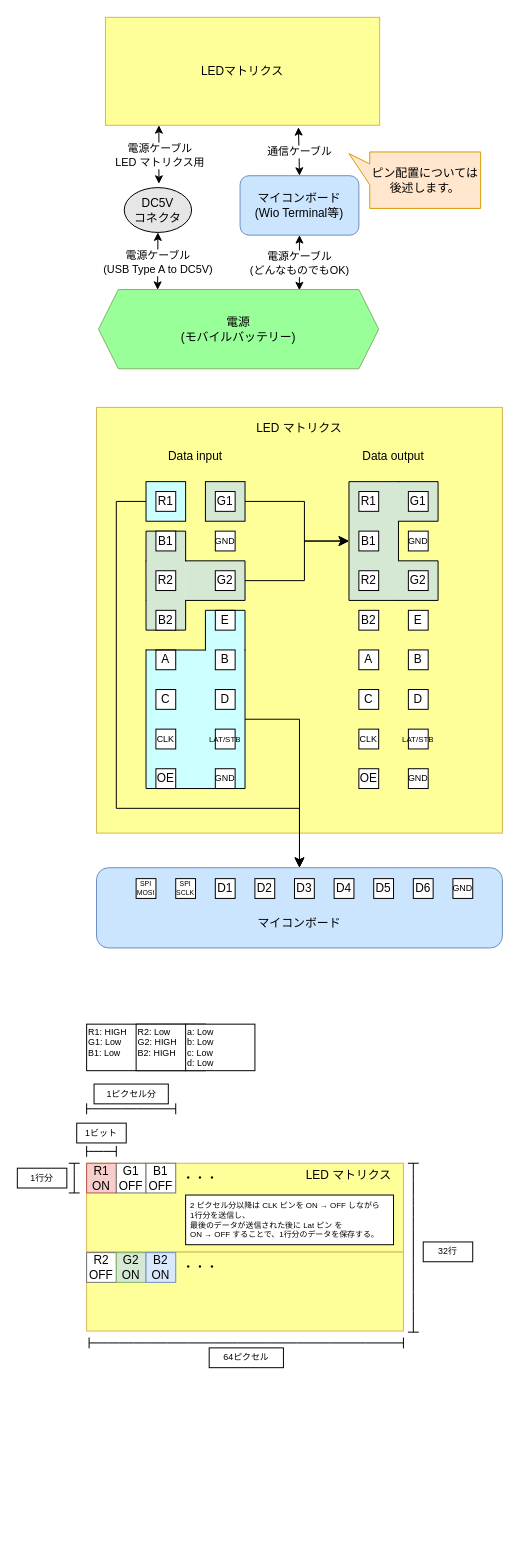
Earlier version of the draw.io diagram 名称未設定ファイル.drawio (ehime-iyokan/DrawIO). Source tidied: cells renumbered, new cells numbered last; positions are measured from the earlier drawing's top-left corner, leaving out a move shared by most shapes. Both pictures are drawn from the tidied source at 99%, with x=0, y=0 at pixel (17, 17).
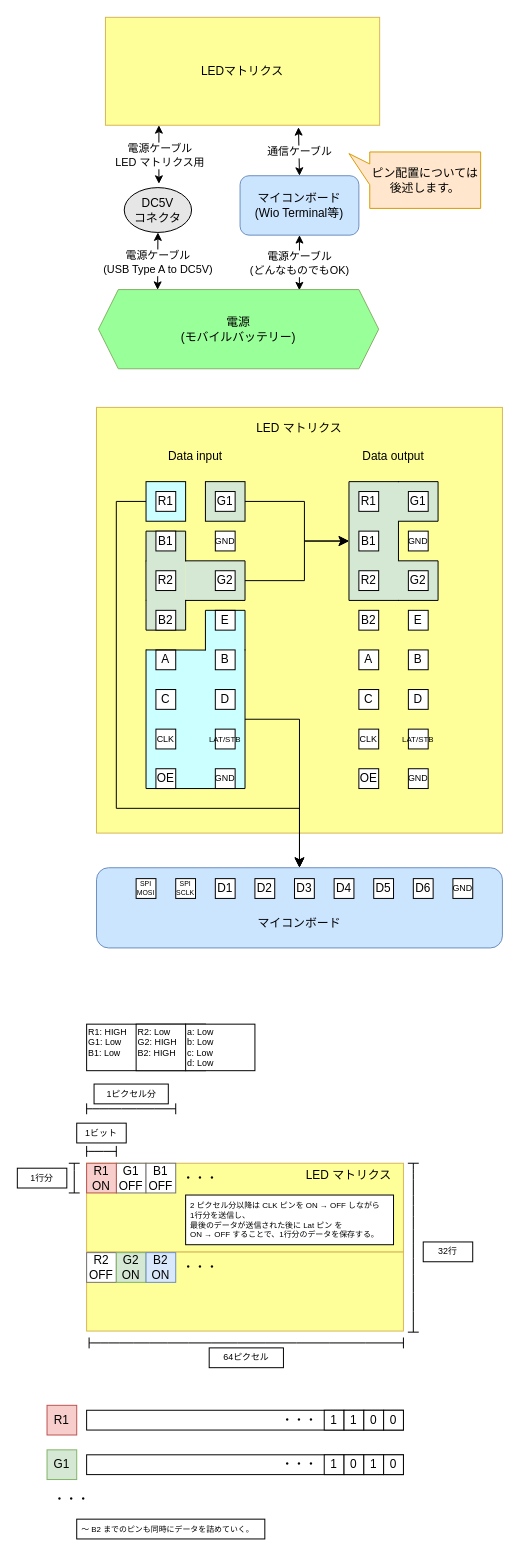
The same page after the edit.

Commit message:
データ格納方法の図を追加

Change to the diagram source:
```diff
@@
-    <mxCell id="86" value="&lt;div&gt;R1&lt;/div&gt;ON" style="rounded=0;whiteSpace=wrap;html=1;fillColor=#f8cecc;strokeColor=#b85450;" parent="1" vertex="1">
-      <mxGeometry x="70" y="1157.5" width="30" height="30" as="geometry" />
+    <mxCell id="86" value="&lt;div&gt;R1&lt;/div&gt;" style="rounded=0;whiteSpace=wrap;html=1;fillColor=#f8cecc;strokeColor=#b85450;" parent="1" vertex="1">
+      <mxGeometry x="30" y="1402" width="30" height="30" as="geometry" />
     </mxCell>
@@
+    <mxCell id="114" style="rounded=0;whiteSpace=wrap;html=1;align=center;" parent="1" vertex="1">
+      <mxGeometry x="70" y="1407" width="320" height="20" as="geometry" />
+    </mxCell>
+    <mxCell id="115" value="&lt;div&gt;R1&lt;/div&gt;ON" style="rounded=0;whiteSpace=wrap;html=1;fillColor=#f8cecc;strokeColor=#b85450;" parent="1" vertex="1">
+      <mxGeometry x="70" y="1157.5" width="30" height="30" as="geometry" />
+    </mxCell>
+    <mxCell id="116" value="1" style="rounded=0;whiteSpace=wrap;html=1;align=center;" parent="1" vertex="1">
+      <mxGeometry x="310" y="1407" width="20" height="20" as="geometry" />
+    </mxCell>
+    <mxCell id="117" value="1" style="rounded=0;whiteSpace=wrap;html=1;align=center;" parent="1" vertex="1">
+      <mxGeometry x="330" y="1407" width="20" height="20" as="geometry" />
+    </mxCell>
+    <mxCell id="118" value="0" style="rounded=0;whiteSpace=wrap;html=1;align=center;" parent="1" vertex="1">
+      <mxGeometry x="350" y="1407" width="20" height="20" as="geometry" />
+    </mxCell>
+    <mxCell id="119" value="0" style="rounded=0;whiteSpace=wrap;html=1;align=center;" parent="1" vertex="1">
+      <mxGeometry x="370" y="1407" width="20" height="20" as="geometry" />
+    </mxCell>
+    <mxCell id="120" value="G1" style="rounded=0;whiteSpace=wrap;html=1;fillColor=#d5e8d4;strokeColor=#82b366;" parent="1" vertex="1">
+      <mxGeometry x="30" y="1447" width="30" height="30" as="geometry" />
+    </mxCell>
+    <mxCell id="121" style="rounded=0;whiteSpace=wrap;html=1;align=center;" parent="1" vertex="1">
+      <mxGeometry x="70" y="1452" width="320" height="20" as="geometry" />
+    </mxCell>
+    <mxCell id="122" value="1" style="rounded=0;whiteSpace=wrap;html=1;align=center;" parent="1" vertex="1">
+      <mxGeometry x="310" y="1452" width="20" height="20" as="geometry" />
+    </mxCell>
+    <mxCell id="123" value="0" style="rounded=0;whiteSpace=wrap;html=1;align=center;" parent="1" vertex="1">
+      <mxGeometry x="330" y="1452" width="20" height="20" as="geometry" />
+    </mxCell>
+    <mxCell id="124" value="1" style="rounded=0;whiteSpace=wrap;html=1;align=center;" parent="1" vertex="1">
+      <mxGeometry x="350" y="1452" width="20" height="20" as="geometry" />
+    </mxCell>
+    <mxCell id="125" value="0" style="rounded=0;whiteSpace=wrap;html=1;align=center;" parent="1" vertex="1">
+      <mxGeometry x="370" y="1452" width="20" height="20" as="geometry" />
+    </mxCell>
+    <mxCell id="126" value="・・・" style="rounded=0;whiteSpace=wrap;html=1;fillColor=none;strokeColor=none;" parent="1" vertex="1">
+      <mxGeometry x="30" y="1487" width="50" height="20" as="geometry" />
+    </mxCell>
+    <mxCell id="127" value="～ B2 までのピンも同時にデータを詰めていく。" style="rounded=0;whiteSpace=wrap;html=1;fontSize=8;align=left;spacingRight=0;spacingLeft=0;spacingBottom=0;spacingTop=0;spacing=5;" parent="1" vertex="1">
+      <mxGeometry x="60" y="1517" width="190" height="20" as="geometry" />
+    </mxCell>
+    <mxCell id="128" value="・・・" style="rounded=0;whiteSpace=wrap;html=1;fillColor=none;strokeColor=none;" parent="1" vertex="1">
+      <mxGeometry x="260" y="1407" width="50" height="20" as="geometry" />
+    </mxCell>
+    <mxCell id="129" value="・・・" style="rounded=0;whiteSpace=wrap;html=1;fillColor=none;strokeColor=none;" parent="1" vertex="1">
+      <mxGeometry x="260" y="1452" width="50" height="20" as="geometry" />
+    </mxCell>
```
